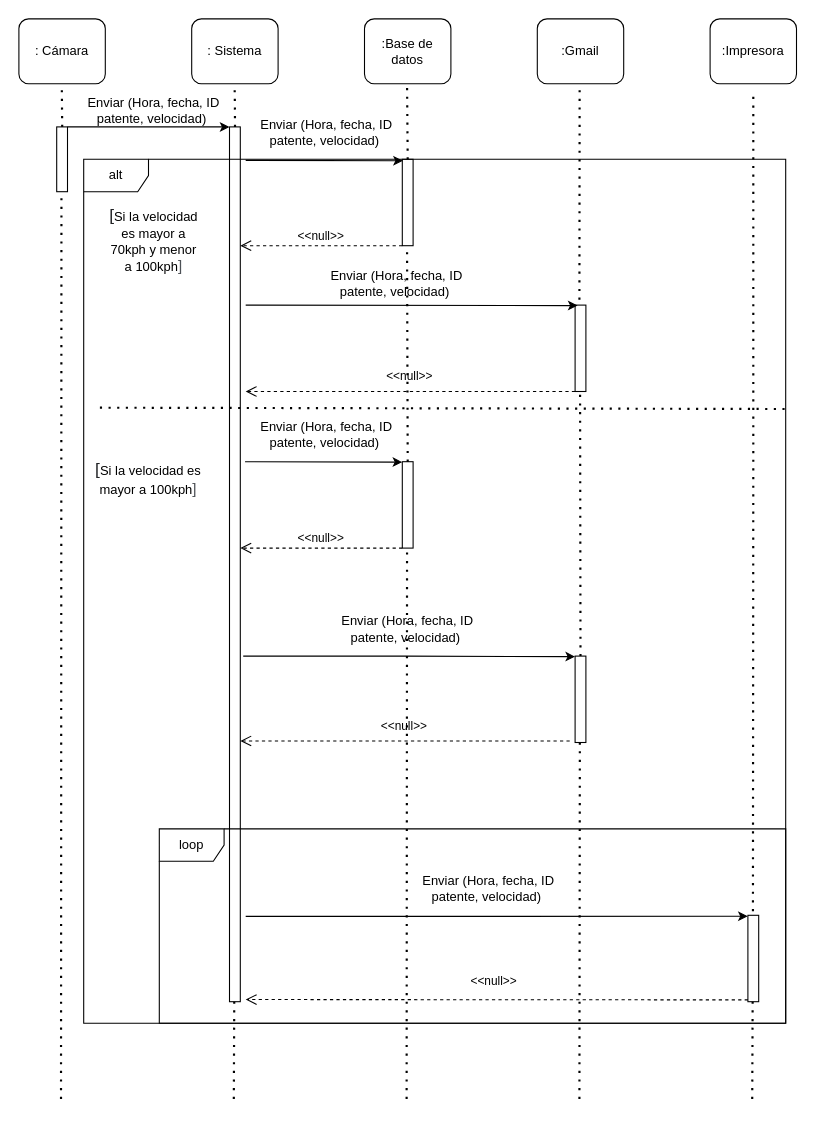
Before: diagrama/Diagrama sin título.drawio in miqueasgalvano1/izo-isw1-tpds, a draw.io diagram. Source tidied: cells renumbered, new cells numbered last; positions are measured from the earlier drawing's top-left corner, leaving out a move shared by most shapes. Both pictures are drawn from the tidied source at 108%, with x=0, y=0 at pixel (18, 18).
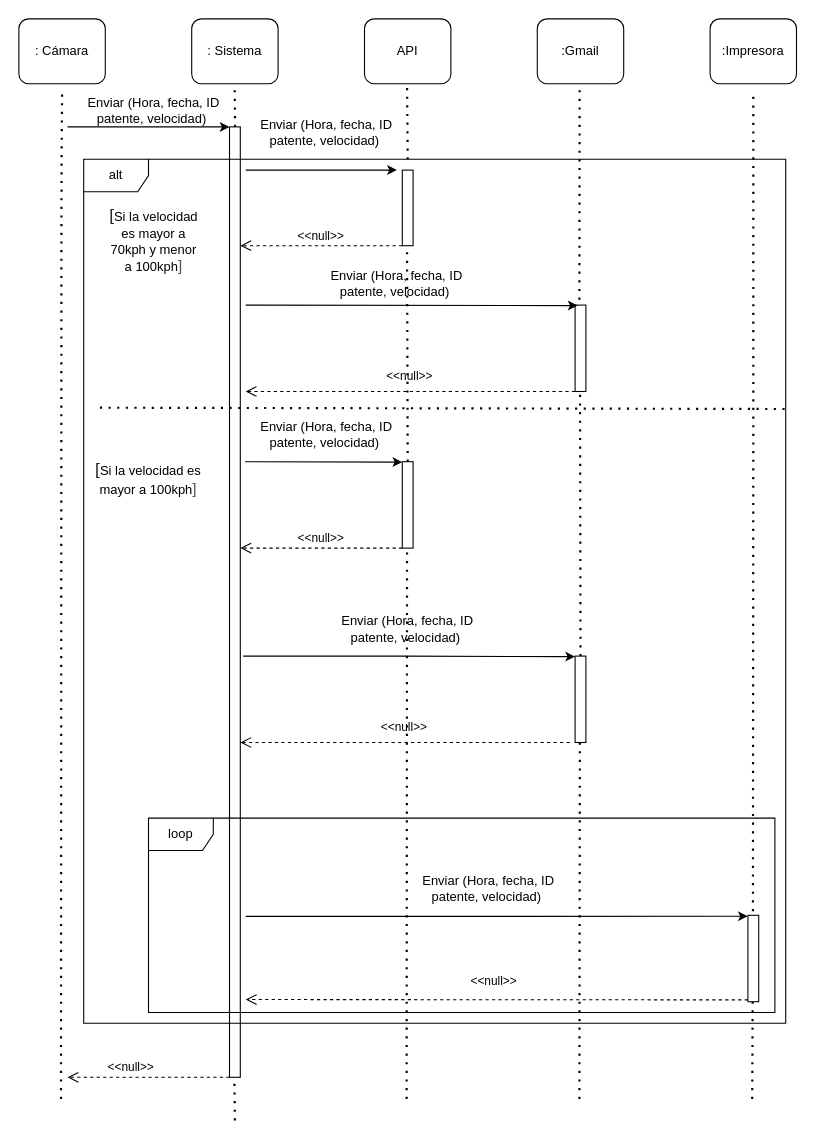
The same diagram, later.

The edit, as a diff of the source:
```diff
@@
-    <mxCell id="4" value=":Base de datos" style="rounded=1;whiteSpace=wrap;html=1;" parent="1" vertex="1">
+    <mxCell id="4" value="API" style="rounded=1;whiteSpace=wrap;html=1;" parent="1" vertex="1">
       <mxGeometry x="320" width="80" height="60" as="geometry" />
     </mxCell>
@@
-    <mxCell id="7" style="endArrow=none;dashed=1;html=1;dashPattern=1 3;strokeWidth=2;rounded=0;" parent="1" edge="1">
-      <mxGeometry relative="1" as="geometry">
-        <mxPoint x="40.1" y="100" as="sourcePoint" />
-        <mxPoint x="39.7" y="60" as="targetPoint" />
-      </mxGeometry>
-    </mxCell>
     <mxCell id="8" style="rounded=0;whiteSpace=wrap;html=1;" parent="1" vertex="1">
-      <mxGeometry x="195" y="100" width="10" height="810" as="geometry" />
+      <mxGeometry x="195" y="100" width="10" height="880" as="geometry" />
     </mxCell>
-    <mxCell id="9" style="rounded=0;whiteSpace=wrap;html=1;" parent="1" vertex="1">
-      <mxGeometry x="35" y="100" width="10" height="60" as="geometry" />
-    </mxCell>
@@
     <mxCell id="13" style="html=1;points=[];perimeter=orthogonalPerimeter;" parent="1" vertex="1">
-      <mxGeometry x="355" y="130" width="10" height="80" as="geometry" />
+      <mxGeometry x="355" y="140" width="10" height="70" as="geometry" />
     </mxCell>
@@
-    <mxCell id="15" style="endArrow=classic;html=1;rounded=0;entryX=0.056;entryY=0.018;entryDx=0;entryDy=0;entryPerimeter=0;" parent="1" edge="1" target="13">
+    <mxCell id="15" style="endArrow=classic;html=1;rounded=0;" parent="1" edge="1">
       <mxGeometry relative="1" as="geometry">
-        <mxPoint x="210" y="131" as="sourcePoint" />
+        <mxPoint x="210" y="140" as="sourcePoint" />
+        <mxPoint x="350" y="140" as="targetPoint" />
+        <Array as="points">
+          <mxPoint x="280" y="140" />
+        </Array>
       </mxGeometry>
     </mxCell>
@@
     <mxCell id="31" value="&lt;&lt;null&gt;&gt;" style="verticalAlign=bottom;endArrow=open;dashed=1;endSize=8;shadow=0;strokeWidth=1;" parent="1" edge="1">
       <mxGeometry y="-5" relative="1" as="geometry">
-        <mxPoint x="510" y="668.6" as="sourcePoint" />
-        <mxPoint x="205" y="668.6" as="targetPoint" />
+        <mxPoint x="510" y="670" as="sourcePoint" />
+        <mxPoint x="205" y="670" as="targetPoint" />
         <Array as="points">
-          <mxPoint x="450" y="668.6" />
+          <mxPoint x="450" y="670" />
         </Array>
       </mxGeometry>
     </mxCell>
@@
-    <mxCell id="44" style="endArrow=none;dashed=1;html=1;dashPattern=1 3;strokeWidth=2;rounded=0;" parent="1" edge="1">
-      <mxGeometry relative="1" as="geometry">
-        <mxPoint x="199" y="1000" as="sourcePoint" />
-        <mxPoint x="199.4" y="910" as="targetPoint" />
-      </mxGeometry>
-    </mxCell>
@@
     <mxCell id="49" value="loop" style="shape=umlFrame;whiteSpace=wrap;html=1;" parent="1" vertex="1">
-      <mxGeometry x="130" y="750" width="580" height="180" as="geometry" />
+      <mxGeometry x="120" y="740" width="580" height="180" as="geometry" />
     </mxCell>
+    <mxCell id="51" style="endArrow=none;dashed=1;html=1;dashPattern=1 3;strokeWidth=2;rounded=0;" parent="1" edge="1">
+      <mxGeometry relative="1" as="geometry">
+        <mxPoint x="39.5" y="160" as="sourcePoint" />
+        <mxPoint x="40" y="70" as="targetPoint" />
+        <Array as="points">
+          <mxPoint x="39.5" y="130" />
+        </Array>
+      </mxGeometry>
+    </mxCell>
+    <mxCell id="52" value="&lt;&lt;null&gt;&gt;" style="verticalAlign=bottom;endArrow=open;dashed=1;endSize=8;shadow=0;strokeWidth=1;" parent="1" edge="1">
+      <mxGeometry x="0.21" relative="1" as="geometry">
+        <mxPoint x="195" y="980" as="sourcePoint" />
+        <mxPoint x="45" y="980" as="targetPoint" />
+      </mxGeometry>
+    </mxCell>
+    <mxCell id="53" style="endArrow=none;dashed=1;html=1;dashPattern=1 3;strokeWidth=2;rounded=0;" parent="1" edge="1">
+      <mxGeometry relative="1" as="geometry">
+        <mxPoint x="200" y="1020" as="sourcePoint" />
+        <mxPoint x="199.5" y="980" as="targetPoint" />
+        <Array as="points">
+          <mxPoint x="199.5" y="1020" />
+        </Array>
+      </mxGeometry>
+    </mxCell>
```
